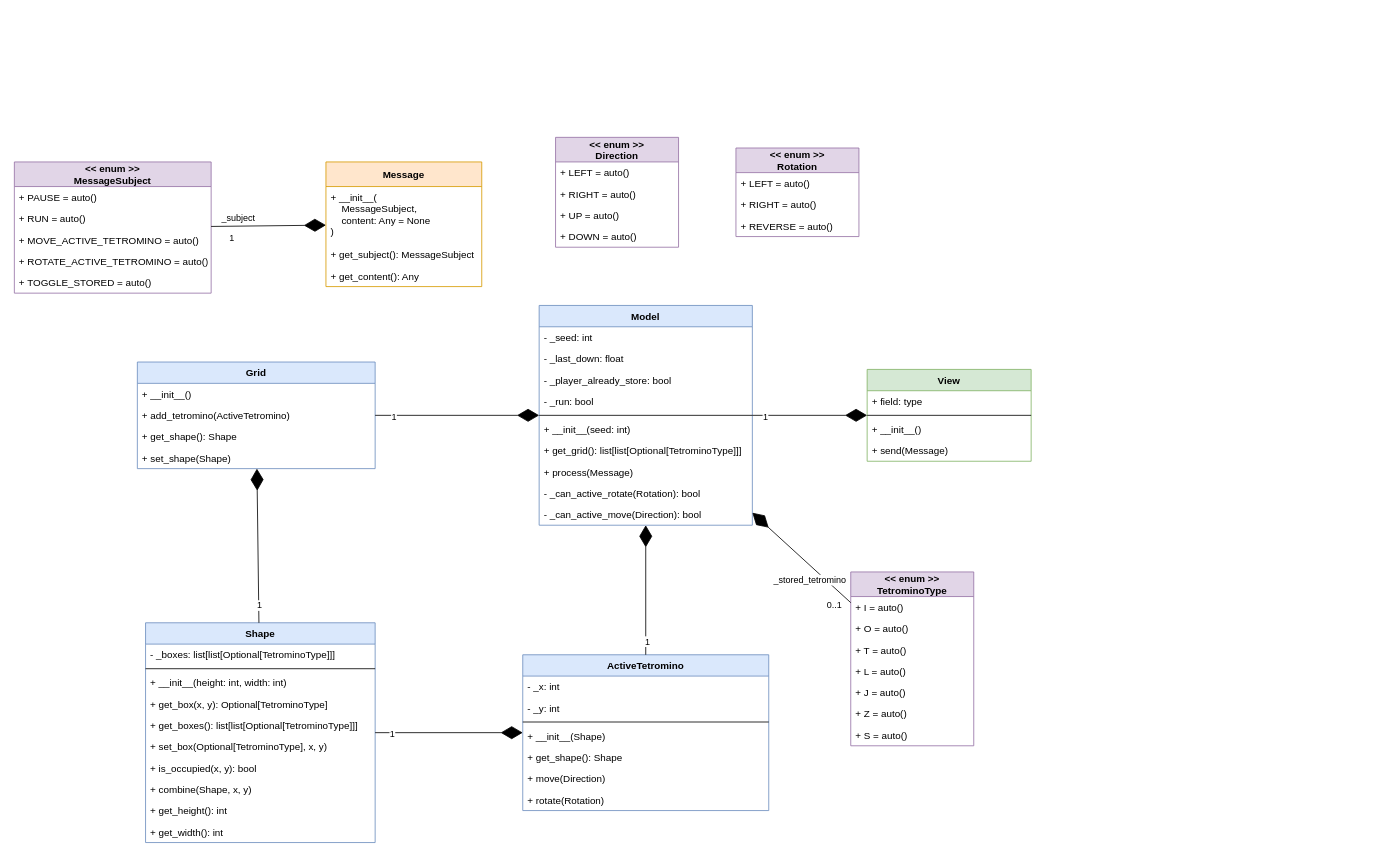
Above: information/class diagram.drawio in le-chartreux/Tertris (draw.io), before the change. Source tidied: cells renumbered, new cells numbered last; positions are measured from the earlier drawing's top-left corner, leaving out a move shared by most shapes. Both pictures are drawn from the tidied source at 82%, with x=0, y=0 at pixel (14, 137).
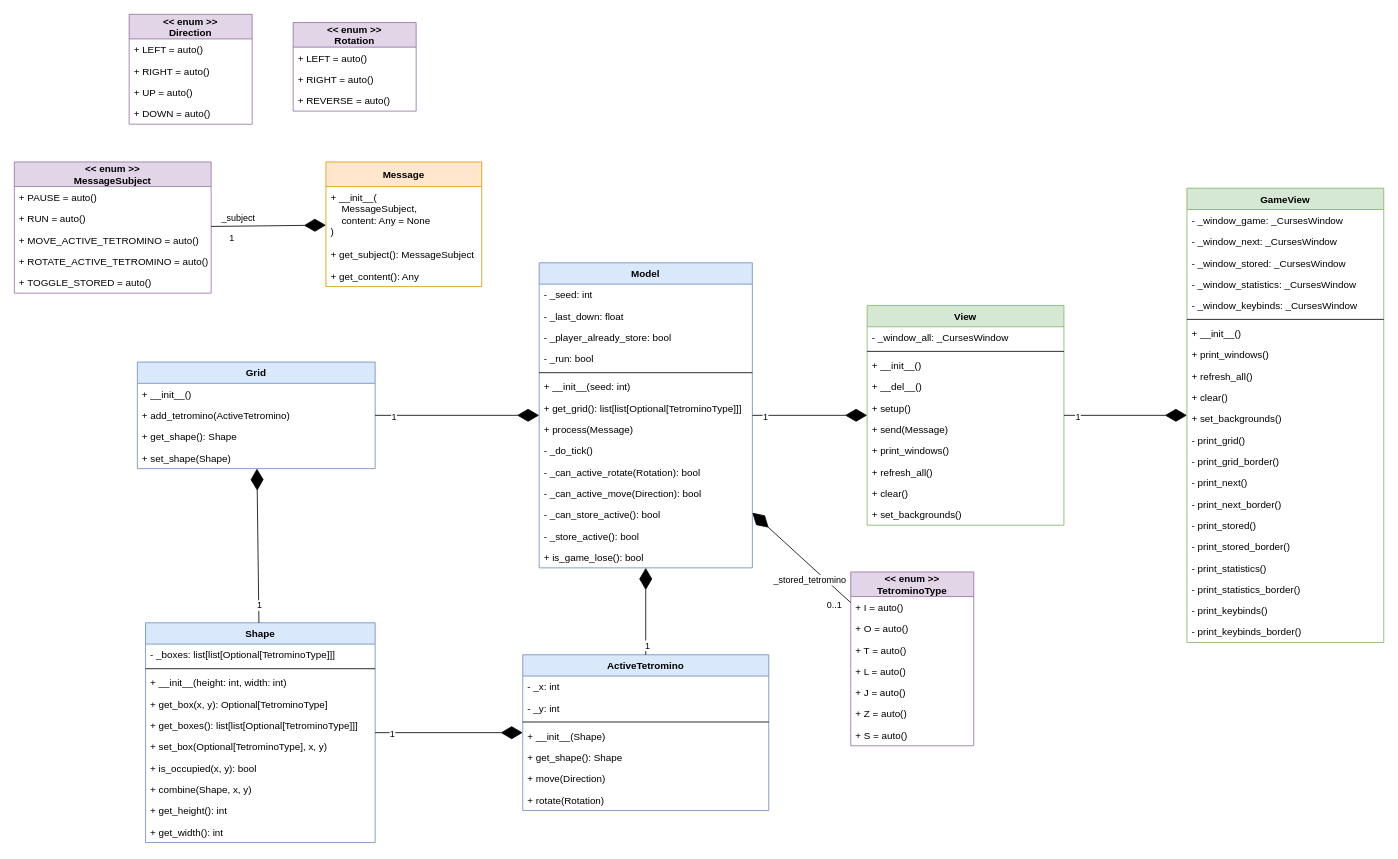
The same page after the edit.

The edit, as a diff of the source:
```diff
@@
     <mxCell id="2" value="Model" style="swimlane;fontStyle=1;align=center;verticalAlign=top;horizontal=1;startSize=26;fillColor=#dae8fc;strokeColor=#6c8ebf;" parent="1" vertex="1">
-      <mxGeometry x="640" y="205" width="260" height="268" as="geometry" />
+      <mxGeometry x="640" y="153" width="260" height="372" as="geometry" />
     </mxCell>
@@
+    <mxCell id="85" value="- _do_tick()" style="text;strokeColor=none;fillColor=none;align=left;verticalAlign=top;spacingLeft=4;spacingRight=4;overflow=hidden;" parent="2" vertex="1">
+      <mxGeometry y="216" width="260" height="26" as="geometry" />
+    </mxCell>
     <mxCell id="11" value="- _can_active_rotate(Rotation): bool" style="text;strokeColor=none;fillColor=none;align=left;verticalAlign=top;spacingLeft=4;spacingRight=4;overflow=hidden;" parent="2" vertex="1">
-      <mxGeometry y="216" width="260" height="26" as="geometry" />
+      <mxGeometry y="242" width="260" height="26" as="geometry" />
     </mxCell>
     <mxCell id="12" value="- _can_active_move(Direction): bool" style="text;strokeColor=none;fillColor=none;align=left;verticalAlign=top;spacingLeft=4;spacingRight=4;overflow=hidden;" parent="2" vertex="1">
-      <mxGeometry y="242" width="260" height="26" as="geometry" />
+      <mxGeometry y="268" width="260" height="26" as="geometry" />
     </mxCell>
+    <mxCell id="86" value="- _can_store_active(): bool" style="text;strokeColor=none;fillColor=none;align=left;verticalAlign=top;spacingLeft=4;spacingRight=4;overflow=hidden;" parent="2" vertex="1">
+      <mxGeometry y="294" width="260" height="26" as="geometry" />
+    </mxCell>
+    <mxCell id="87" value="- _store_active(): bool" style="text;strokeColor=none;fillColor=none;align=left;verticalAlign=top;spacingLeft=4;spacingRight=4;overflow=hidden;" parent="2" vertex="1">
+      <mxGeometry y="320" width="260" height="26" as="geometry" />
+    </mxCell>
+    <mxCell id="88" value="+ is_game_lose(): bool" style="text;strokeColor=none;fillColor=none;align=left;verticalAlign=top;spacingLeft=4;spacingRight=4;overflow=hidden;" parent="2" vertex="1">
+      <mxGeometry y="346" width="260" height="26" as="geometry" />
+    </mxCell>
     <mxCell id="13" value="View" style="swimlane;fontStyle=1;align=center;verticalAlign=top;horizontal=1;startSize=26;fillColor=#d5e8d4;strokeColor=#82b366;" parent="1" vertex="1">
-      <mxGeometry x="1040" y="283" width="200" height="112" as="geometry" />
+      <mxGeometry x="1040" y="205" width="240" height="268" as="geometry" />
     </mxCell>
-    <mxCell id="14" value="+ field: type" style="text;strokeColor=none;fillColor=none;align=left;verticalAlign=top;spacingLeft=4;spacingRight=4;overflow=hidden;" parent="13" vertex="1">
-      <mxGeometry y="26" width="200" height="26" as="geometry" />
+    <mxCell id="14" value="- _window_all: _CursesWindow" style="text;strokeColor=none;fillColor=none;align=left;verticalAlign=top;spacingLeft=4;spacingRight=4;overflow=hidden;" parent="13" vertex="1">
+      <mxGeometry y="26" width="240" height="26" as="geometry" />
     </mxCell>
     <mxCell id="15" style="line;strokeWidth=1;fillColor=none;align=left;verticalAlign=middle;spacingTop=-1;spacingLeft=3;spacingRight=3;labelPosition=right;" parent="13" vertex="1">
-      <mxGeometry y="52" width="200" height="8" as="geometry" />
+      <mxGeometry y="52" width="240" height="8" as="geometry" />
     </mxCell>
     <mxCell id="16" value="+ __init__()" style="text;strokeColor=none;fillColor=none;align=left;verticalAlign=top;spacingLeft=4;spacingRight=4;overflow=hidden;" parent="13" vertex="1">
-      <mxGeometry y="60" width="200" height="26" as="geometry" />
+      <mxGeometry y="60" width="240" height="26" as="geometry" />
     </mxCell>
+    <mxCell id="89" value="+ __del__()" style="text;strokeColor=none;fillColor=none;align=left;verticalAlign=top;spacingLeft=4;spacingRight=4;overflow=hidden;" parent="13" vertex="1">
+      <mxGeometry y="86" width="240" height="26" as="geometry" />
+    </mxCell>
+    <mxCell id="90" value="+ setup()" style="text;strokeColor=none;fillColor=none;align=left;verticalAlign=top;spacingLeft=4;spacingRight=4;overflow=hidden;" parent="13" vertex="1">
+      <mxGeometry y="112" width="240" height="26" as="geometry" />
+    </mxCell>
     <mxCell id="17" value="+ send(Message)" style="text;strokeColor=none;fillColor=none;align=left;verticalAlign=top;spacingLeft=4;spacingRight=4;overflow=hidden;" parent="13" vertex="1">
-      <mxGeometry y="86" width="200" height="26" as="geometry" />
+      <mxGeometry y="138" width="240" height="26" as="geometry" />
     </mxCell>
+    <mxCell id="91" value="+ print_windows()" style="text;strokeColor=none;fillColor=none;align=left;verticalAlign=top;spacingLeft=4;spacingRight=4;overflow=hidden;" parent="13" vertex="1">
+      <mxGeometry y="164" width="240" height="26" as="geometry" />
+    </mxCell>
+    <mxCell id="92" value="+ refresh_all()" style="text;strokeColor=none;fillColor=none;align=left;verticalAlign=top;spacingLeft=4;spacingRight=4;overflow=hidden;" parent="13" vertex="1">
+      <mxGeometry y="190" width="240" height="26" as="geometry" />
+    </mxCell>
+    <mxCell id="93" value="+ clear()" style="text;strokeColor=none;fillColor=none;align=left;verticalAlign=top;spacingLeft=4;spacingRight=4;overflow=hidden;" parent="13" vertex="1">
+      <mxGeometry y="216" width="240" height="26" as="geometry" />
+    </mxCell>
+    <mxCell id="94" value="+ set_backgrounds()" style="text;strokeColor=none;fillColor=none;align=left;verticalAlign=top;spacingLeft=4;spacingRight=4;overflow=hidden;" parent="13" vertex="1">
+      <mxGeometry y="242" width="240" height="26" as="geometry" />
+    </mxCell>
@@
     <mxCell id="32" value="&lt;&lt; enum &gt;&gt;&#10;Direction" style="swimlane;fontStyle=1;horizontal=1;startSize=30;fillColor=#e1d5e7;rounded=0;strokeColor=#9673a6;" parent="1" vertex="1">
-      <mxGeometry x="660" width="150" height="134" as="geometry" />
+      <mxGeometry x="140" y="-150" width="150" height="134" as="geometry" />
     </mxCell>
@@
     <mxCell id="37" value="&lt;&lt; enum &gt;&gt;&#10;Rotation" style="swimlane;fontStyle=1;horizontal=1;startSize=30;fillColor=#e1d5e7;rounded=0;strokeColor=#9673a6;" parent="1" vertex="1">
-      <mxGeometry x="880" y="13" width="150" height="108" as="geometry" />
+      <mxGeometry x="340" y="-140" width="150" height="108" as="geometry" />
     </mxCell>
@@
+    <mxCell id="95" value="GameView" style="swimlane;fontStyle=1;align=center;verticalAlign=top;horizontal=1;startSize=26;fillColor=#d5e8d4;strokeColor=#82b366;" parent="1" vertex="1">
+      <mxGeometry x="1430" y="62" width="240" height="554" as="geometry" />
+    </mxCell>
+    <mxCell id="96" value="- _window_game: _CursesWindow" style="text;strokeColor=none;fillColor=none;align=left;verticalAlign=top;spacingLeft=4;spacingRight=4;overflow=hidden;" parent="95" vertex="1">
+      <mxGeometry y="26" width="240" height="26" as="geometry" />
+    </mxCell>
+    <mxCell id="97" value="- _window_next: _CursesWindow" style="text;strokeColor=none;fillColor=none;align=left;verticalAlign=top;spacingLeft=4;spacingRight=4;overflow=hidden;" parent="95" vertex="1">
+      <mxGeometry y="52" width="240" height="26" as="geometry" />
+    </mxCell>
+    <mxCell id="98" value="- _window_stored: _CursesWindow" style="text;strokeColor=none;fillColor=none;align=left;verticalAlign=top;spacingLeft=4;spacingRight=4;overflow=hidden;" parent="95" vertex="1">
+      <mxGeometry y="78" width="240" height="26" as="geometry" />
+    </mxCell>
+    <mxCell id="99" value="- _window_statistics: _CursesWindow" style="text;strokeColor=none;fillColor=none;align=left;verticalAlign=top;spacingLeft=4;spacingRight=4;overflow=hidden;" parent="95" vertex="1">
+      <mxGeometry y="104" width="240" height="26" as="geometry" />
+    </mxCell>
+    <mxCell id="100" value="- _window_keybinds: _CursesWindow" style="text;strokeColor=none;fillColor=none;align=left;verticalAlign=top;spacingLeft=4;spacingRight=4;overflow=hidden;" parent="95" vertex="1">
+      <mxGeometry y="130" width="240" height="26" as="geometry" />
+    </mxCell>
+    <mxCell id="101" style="line;strokeWidth=1;fillColor=none;align=left;verticalAlign=middle;spacingTop=-1;spacingLeft=3;spacingRight=3;labelPosition=right;" parent="95" vertex="1">
+      <mxGeometry y="156" width="240" height="8" as="geometry" />
+    </mxCell>
+    <mxCell id="102" value="+ __init__()" style="text;strokeColor=none;fillColor=none;align=left;verticalAlign=top;spacingLeft=4;spacingRight=4;overflow=hidden;" parent="95" vertex="1">
+      <mxGeometry y="164" width="240" height="26" as="geometry" />
+    </mxCell>
+    <mxCell id="103" value="+ print_windows()" style="text;strokeColor=none;fillColor=none;align=left;verticalAlign=top;spacingLeft=4;spacingRight=4;overflow=hidden;" parent="95" vertex="1">
+      <mxGeometry y="190" width="240" height="26" as="geometry" />
+    </mxCell>
+    <mxCell id="104" value="+ refresh_all()" style="text;strokeColor=none;fillColor=none;align=left;verticalAlign=top;spacingLeft=4;spacingRight=4;overflow=hidden;" parent="95" vertex="1">
+      <mxGeometry y="216" width="240" height="26" as="geometry" />
+    </mxCell>
+    <mxCell id="105" value="+ clear()" style="text;strokeColor=none;fillColor=none;align=left;verticalAlign=top;spacingLeft=4;spacingRight=4;overflow=hidden;" parent="95" vertex="1">
+      <mxGeometry y="242" width="240" height="26" as="geometry" />
+    </mxCell>
+    <mxCell id="106" value="+ set_backgrounds()" style="text;strokeColor=none;fillColor=none;align=left;verticalAlign=top;spacingLeft=4;spacingRight=4;overflow=hidden;" parent="95" vertex="1">
+      <mxGeometry y="268" width="240" height="26" as="geometry" />
+    </mxCell>
+    <mxCell id="107" value="- print_grid()" style="text;strokeColor=none;fillColor=none;align=left;verticalAlign=top;spacingLeft=4;spacingRight=4;overflow=hidden;" parent="95" vertex="1">
+      <mxGeometry y="294" width="240" height="26" as="geometry" />
+    </mxCell>
+    <mxCell id="108" value="- print_grid_border()" style="text;strokeColor=none;fillColor=none;align=left;verticalAlign=top;spacingLeft=4;spacingRight=4;overflow=hidden;" parent="95" vertex="1">
+      <mxGeometry y="320" width="240" height="26" as="geometry" />
+    </mxCell>
+    <mxCell id="109" value="- print_next()" style="text;strokeColor=none;fillColor=none;align=left;verticalAlign=top;spacingLeft=4;spacingRight=4;overflow=hidden;" parent="95" vertex="1">
+      <mxGeometry y="346" width="240" height="26" as="geometry" />
+    </mxCell>
+    <mxCell id="110" value="- print_next_border()" style="text;strokeColor=none;fillColor=none;align=left;verticalAlign=top;spacingLeft=4;spacingRight=4;overflow=hidden;" parent="95" vertex="1">
+      <mxGeometry y="372" width="240" height="26" as="geometry" />
+    </mxCell>
+    <mxCell id="111" value="- print_stored()" style="text;strokeColor=none;fillColor=none;align=left;verticalAlign=top;spacingLeft=4;spacingRight=4;overflow=hidden;" parent="95" vertex="1">
+      <mxGeometry y="398" width="240" height="26" as="geometry" />
+    </mxCell>
+    <mxCell id="112" value="- print_stored_border()" style="text;strokeColor=none;fillColor=none;align=left;verticalAlign=top;spacingLeft=4;spacingRight=4;overflow=hidden;" parent="95" vertex="1">
+      <mxGeometry y="424" width="240" height="26" as="geometry" />
+    </mxCell>
+    <mxCell id="113" value="- print_statistics()" style="text;strokeColor=none;fillColor=none;align=left;verticalAlign=top;spacingLeft=4;spacingRight=4;overflow=hidden;" parent="95" vertex="1">
+      <mxGeometry y="450" width="240" height="26" as="geometry" />
+    </mxCell>
+    <mxCell id="114" value="- print_statistics_border()" style="text;strokeColor=none;fillColor=none;align=left;verticalAlign=top;spacingLeft=4;spacingRight=4;overflow=hidden;" parent="95" vertex="1">
+      <mxGeometry y="476" width="240" height="26" as="geometry" />
+    </mxCell>
+    <mxCell id="115" value="- print_keybinds()" style="text;strokeColor=none;fillColor=none;align=left;verticalAlign=top;spacingLeft=4;spacingRight=4;overflow=hidden;" parent="95" vertex="1">
+      <mxGeometry y="502" width="240" height="26" as="geometry" />
+    </mxCell>
+    <mxCell id="116" value="- print_keybinds_border()" style="text;strokeColor=none;fillColor=none;align=left;verticalAlign=top;spacingLeft=4;spacingRight=4;overflow=hidden;" parent="95" vertex="1">
+      <mxGeometry y="528" width="240" height="26" as="geometry" />
+    </mxCell>
+    <mxCell id="117" style="endArrow=diamondThin;endFill=1;endSize=24;html=1;" parent="1" edge="1" source="13" target="95">
+      <mxGeometry relative="1" as="geometry" />
+    </mxCell>
+    <mxCell id="118" value="1" style="edgeLabel;html=1;align=center;verticalAlign=middle;" parent="117" vertex="1">
+      <mxGeometry x="-0.78" y="-1" relative="1" as="geometry" />
+    </mxCell>
```
